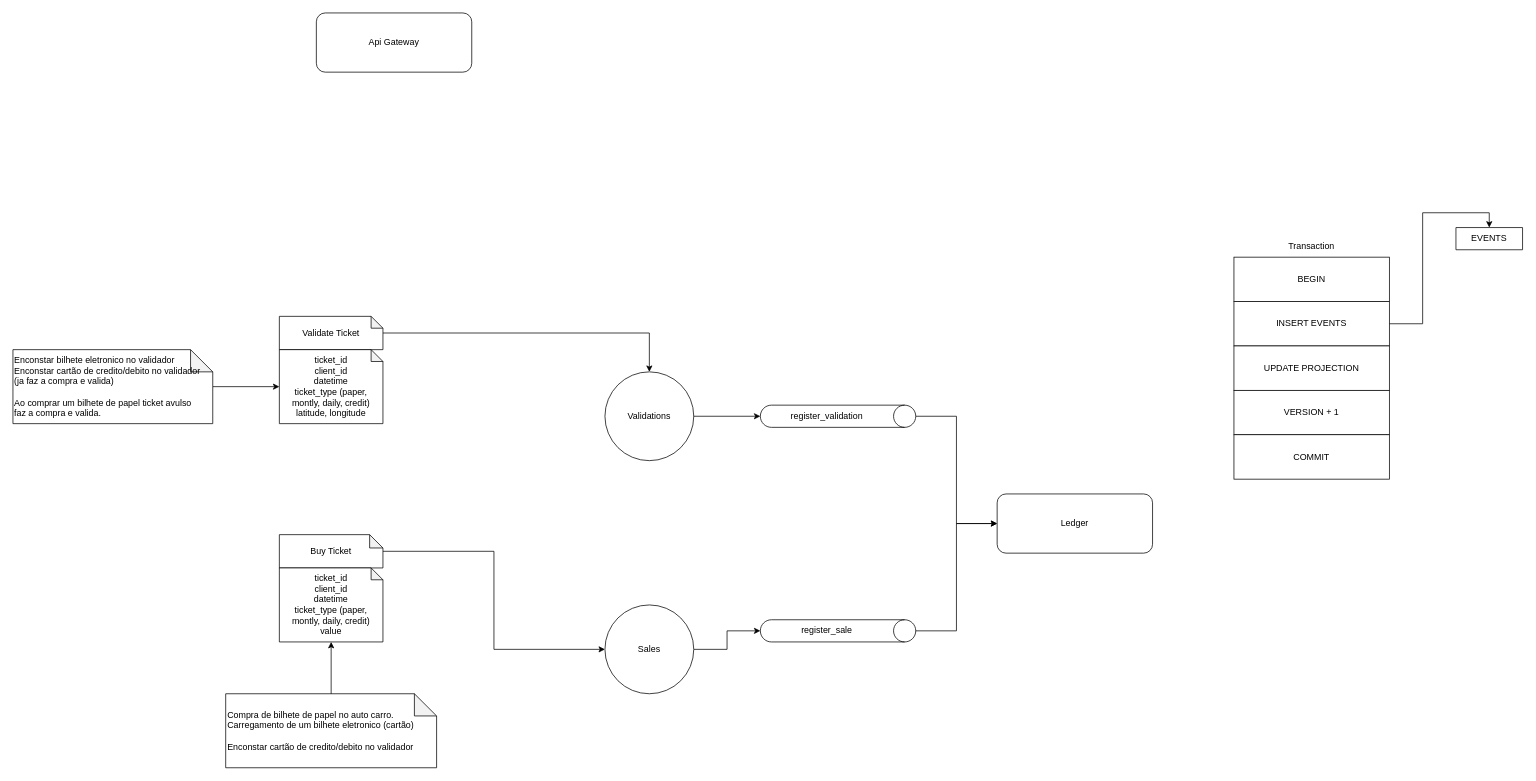
This is Case Ledger Eventsourcing.drawio from andrelucasti/homelab, a draw.io file, before an edit. Source tidied: cells renumbered, new cells numbered last; positions are measured from the earlier drawing's top-left corner, leaving out a move shared by most shapes. Both pictures are drawn from the tidied source at 74%, with x=0, y=0 at pixel (13, 13).
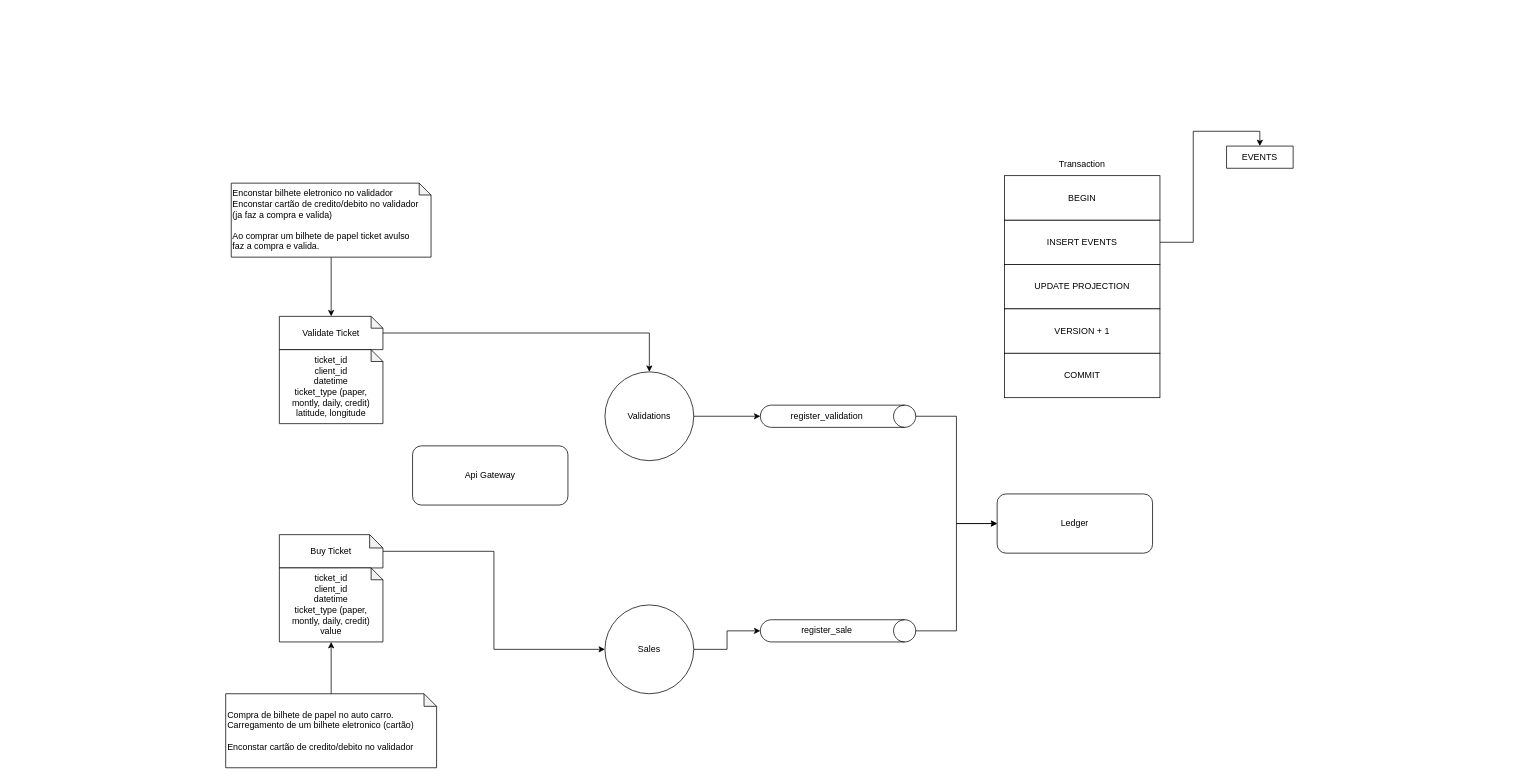
After the change.

The change refers to these unchanged cells:
```xml
<mxCell id="18" value="Validate Ticket" style="shape=note;whiteSpace=wrap;html=1;backgroundOutline=1;darkOpacity=0.05;align=center;size=16;" parent="1" vertex="1">
  <mxGeometry x="360" y="410" width="140" height="45" as="geometry" />
</mxCell>
<mxCell id="21" value="ticket_id&lt;div&gt;client_id&lt;br&gt;&lt;div&gt;datetime&lt;/div&gt;&lt;div&gt;ticket_type (paper, montly, daily, credit)&lt;/div&gt;&lt;div&gt;latitude, longitude&lt;/div&gt;&lt;/div&gt;" style="shape=note;whiteSpace=wrap;html=1;backgroundOutline=1;darkOpacity=0.05;align=center;size=16;" parent="1" vertex="1">
  <mxGeometry x="360" y="455" width="140" height="100" as="geometry" />
</mxCell>
```

The edit, as a diff of the source:
```diff
@@
     <mxCell id="3" value="Api Gateway" style="rounded=1;whiteSpace=wrap;html=1;" parent="1" vertex="1">
-      <mxGeometry x="410" width="210" height="80" as="geometry" />
+      <mxGeometry x="540" y="585" width="210" height="80" as="geometry" />
     </mxCell>
@@
     <mxCell id="7" value="Transaction" style="text;html=1;whiteSpace=wrap;strokeColor=none;fillColor=none;align=center;verticalAlign=middle;rounded=0;" parent="1" vertex="1">
-      <mxGeometry x="1675" y="300" width="160" height="30" as="geometry" />
+      <mxGeometry x="1365" y="189.9" width="160" height="30" as="geometry" />
     </mxCell>
@@
     <mxCell id="9" value="INSERT EVENTS" style="rounded=0;whiteSpace=wrap;html=1;" parent="1" vertex="1">
-      <mxGeometry x="1650" y="390" width="210" height="60" as="geometry" />
+      <mxGeometry x="1340" y="279.9" width="210" height="60" as="geometry" />
     </mxCell>
     <mxCell id="10" value="BEGIN" style="rounded=0;whiteSpace=wrap;html=1;" parent="1" vertex="1">
-      <mxGeometry x="1650" y="330" width="210" height="60" as="geometry" />
+      <mxGeometry x="1340" y="219.9" width="210" height="60" as="geometry" />
     </mxCell>
     <mxCell id="11" value="EVENTS" style="swimlane;fontStyle=0;horizontal=1;startSize=30;whiteSpace=wrap;html=1;" parent="1" vertex="1" collapsed="1">
-      <mxGeometry x="1950" y="290" width="90" height="30" as="geometry" />
+      <mxGeometry x="1640" y="179.9" width="90" height="30" as="geometry" />
     </mxCell>
     <mxCell id="12" value="UPDATE PROJECTION" style="rounded=0;whiteSpace=wrap;html=1;" parent="1" vertex="1">
-      <mxGeometry x="1650" y="450" width="210" height="60" as="geometry" />
+      <mxGeometry x="1340" y="339.9" width="210" height="60" as="geometry" />
     </mxCell>
     <mxCell id="13" value="VERSION + 1" style="rounded=0;whiteSpace=wrap;html=1;" parent="1" vertex="1">
-      <mxGeometry x="1650" y="510" width="210" height="60" as="geometry" />
+      <mxGeometry x="1340" y="399.9" width="210" height="60" as="geometry" />
     </mxCell>
     <mxCell id="14" value="COMMIT" style="rounded=0;whiteSpace=wrap;html=1;" parent="1" vertex="1">
-      <mxGeometry x="1650" y="570" width="210" height="60" as="geometry" />
+      <mxGeometry x="1340" y="459.9" width="210" height="60" as="geometry" />
     </mxCell>
@@
-    <mxCell id="30" style="edgeStyle=orthogonalEdgeStyle;rounded=0;jettySize=auto;html=1;" parent="1" edge="1" source="31" target="21">
-      <mxGeometry relative="1" as="geometry" />
-    </mxCell>
+    <mxCell id="34" style="edgeStyle=orthogonalEdgeStyle;rounded=0;jettySize=auto;html=1;" parent="1" edge="1" source="31" target="18">
+      <mxGeometry relative="1" as="geometry" />
+    </mxCell>
-    <mxCell id="31" value="&lt;div&gt;Enconstar bilhete eletronico no validador&lt;/div&gt;&lt;div&gt;Enconstar cartão de credito/debito no validador (ja faz a compra e valida)&lt;/div&gt;&lt;div&gt;&lt;br&gt;&lt;/div&gt;&lt;div&gt;Ao comprar um bilhete de papel ticket avulso&amp;nbsp;&lt;br&gt;faz a compra e valida.&lt;/div&gt;" style="shape=note;whiteSpace=wrap;html=1;backgroundOutline=1;darkOpacity=0.05;align=left;" parent="1" vertex="1">
-      <mxGeometry y="455" width="270" height="100" as="geometry" />
+    <mxCell id="31" value="&lt;div&gt;Enconstar bilhete eletronico no validador&lt;/div&gt;&lt;div&gt;Enconstar cartão de credito/debito no validador (ja faz a compra e valida)&lt;/div&gt;&lt;div&gt;&lt;br&gt;&lt;/div&gt;&lt;div&gt;Ao comprar um bilhete de papel ticket avulso&amp;nbsp;&lt;br&gt;faz a compra e valida.&lt;/div&gt;" style="shape=note;whiteSpace=wrap;html=1;backgroundOutline=1;darkOpacity=0.05;align=left;size=16;" parent="1" vertex="1">
+      <mxGeometry x="295" y="230" width="270" height="100" as="geometry" />
     </mxCell>
-    <mxCell id="32" value="&lt;div&gt;Compra de bilhete de papel no auto carro.&lt;/div&gt;&lt;div&gt;Carregamento de um bilhete eletronico (cartão)&lt;/div&gt;&lt;div&gt;&lt;br&gt;&lt;/div&gt;&lt;div&gt;Enconstar cartão de credito/debito no validador&amp;nbsp;&lt;/div&gt;" style="shape=note;whiteSpace=wrap;html=1;backgroundOutline=1;darkOpacity=0.05;align=left;" parent="1" vertex="1">
+    <mxCell id="32" value="&lt;div&gt;Compra de bilhete de papel no auto carro.&lt;/div&gt;&lt;div&gt;Carregamento de um bilhete eletronico (cartão)&lt;/div&gt;&lt;div&gt;&lt;br&gt;&lt;/div&gt;&lt;div&gt;Enconstar cartão de credito/debito no validador&amp;nbsp;&lt;/div&gt;" style="shape=note;whiteSpace=wrap;html=1;backgroundOutline=1;darkOpacity=0.05;align=left;size=17;" parent="1" vertex="1">
       <mxGeometry x="287.5" y="920" width="285" height="100" as="geometry" />
     </mxCell>
```
